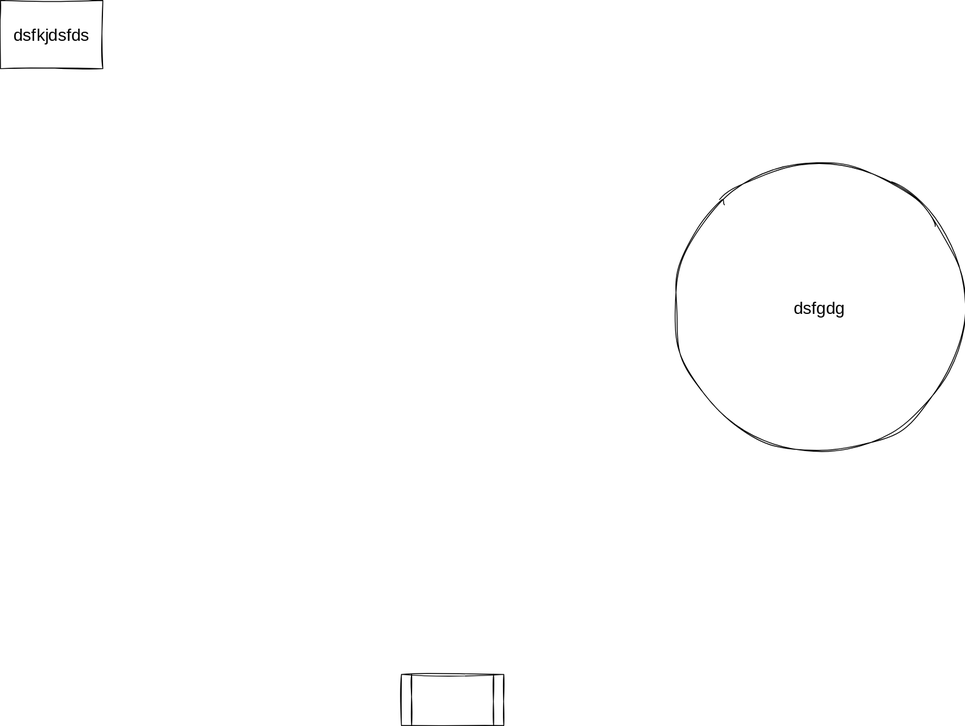
The draw.io diagram img/ime-uml-diagram.svg in Ramin-Hashemi/server-config, before a commit. Source tidied: cells renumbered, new cells last; positions are measured from the earlier drawing's top-left corner, leaving out a move shared by most shapes.
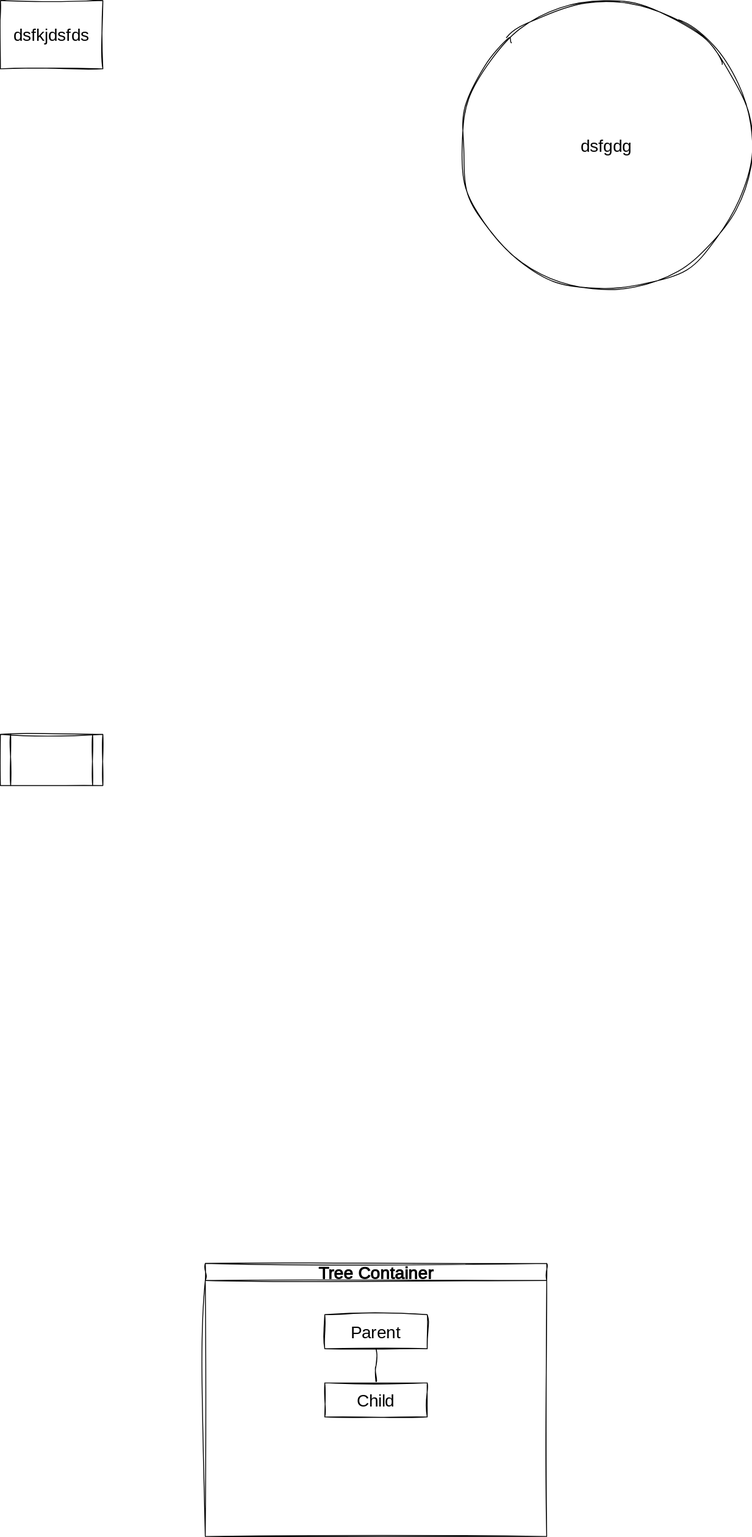
After the change.

Change to the diagram source:
```diff
@@ -6,10 +6,22 @@
       <mxGeometry width="120" height="80" as="geometry" />
     </mxCell>
     <mxCell id="3" value="dsfgdg" style="ellipse;whiteSpace=wrap;html=1;hachureGap=4;fontFamily=Architects Daughter;fontSource=https%3A%2F%2Ffonts.googleapis.com%2Fcss%3Ffamily%3DArchitects%2BDaughter;fontSize=20;sketch=1;curveFitting=1;jiggle=2;" parent="1" vertex="1">
-      <mxGeometry x="790" y="190" width="340" height="340" as="geometry" />
+      <mxGeometry x="540" width="340" height="340" as="geometry" />
     </mxCell>
     <mxCell id="4" style="shape=process;whiteSpace=wrap;html=1;backgroundOutline=1;hachureGap=4;fontFamily=Architects Daughter;fontSource=https%3A%2F%2Ffonts.googleapis.com%2Fcss%3Ffamily%3DArchitects%2BDaughter;fontSize=20;sketch=1;curveFitting=1;jiggle=2;" parent="1" vertex="1">
-      <mxGeometry x="470" y="790" width="120" height="60" as="geometry" />
+      <mxGeometry y="860" width="120" height="60" as="geometry" />
     </mxCell>
+    <mxCell id="5" value="Tree Container" style="swimlane;startSize=20;horizontal=1;containerType=tree;sketch=1;hachureGap=4;jiggle=2;curveFitting=1;fontFamily=Architects Daughter;fontSource=https%3A%2F%2Ffonts.googleapis.com%2Fcss%3Ffamily%3DArchitects%2BDaughter;fontSize=20;" parent="1" vertex="1">
+      <mxGeometry x="240" y="1480" width="400" height="320" as="geometry" />
+    </mxCell>
+    <mxCell id="6" style="edgeStyle=elbowEdgeStyle;elbow=vertical;sourcePerimeterSpacing=0;targetPerimeterSpacing=0;startArrow=none;endArrow=none;rounded=0;curved=0;sketch=1;hachureGap=4;jiggle=2;curveFitting=1;fontFamily=Architects Daughter;fontSource=https%3A%2F%2Ffonts.googleapis.com%2Fcss%3Ffamily%3DArchitects%2BDaughter;fontSize=16;" parent="5" edge="1" source="7" target="8">
+      <mxGeometry relative="1" as="geometry" />
+    </mxCell>
+    <mxCell id="7" value="Parent" style="whiteSpace=wrap;html=1;newEdgeStyle={&quot;edgeStyle&quot;:&quot;elbowEdgeStyle&quot;,&quot;startArrow&quot;:&quot;none&quot;,&quot;endArrow&quot;:&quot;none&quot;};sketch=1;hachureGap=4;jiggle=2;curveFitting=1;fontFamily=Architects Daughter;fontSource=https%3A%2F%2Ffonts.googleapis.com%2Fcss%3Ffamily%3DArchitects%2BDaughter;fontSize=20;" parent="5" vertex="1">
+      <mxGeometry x="140" y="60" width="120" height="40" as="geometry" />
+    </mxCell>
+    <mxCell id="8" value="Child" style="whiteSpace=wrap;html=1;newEdgeStyle={&quot;edgeStyle&quot;:&quot;elbowEdgeStyle&quot;,&quot;startArrow&quot;:&quot;none&quot;,&quot;endArrow&quot;:&quot;none&quot;};sketch=1;hachureGap=4;jiggle=2;curveFitting=1;fontFamily=Architects Daughter;fontSource=https%3A%2F%2Ffonts.googleapis.com%2Fcss%3Ffamily%3DArchitects%2BDaughter;fontSize=20;" parent="5" vertex="1">
+      <mxGeometry x="140" y="140" width="120" height="40" as="geometry" />
+    </mxCell>
   </root>
 </mxGraphModel>
```
